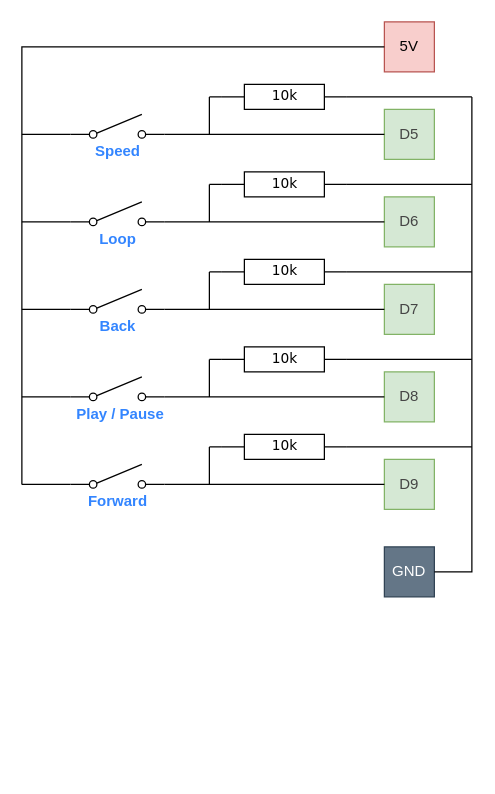
The draw.io diagram Schematic/schematic.drawio in andreasbrett/OVLP, before the edit. Source tidied: cells renumbered, new cells numbered last; positions are measured from the earlier drawing's top-left corner, leaving out a move shared by most shapes. Both pictures are drawn from the tidied source at 125%, with x=0, y=0 at pixel (21, 21).
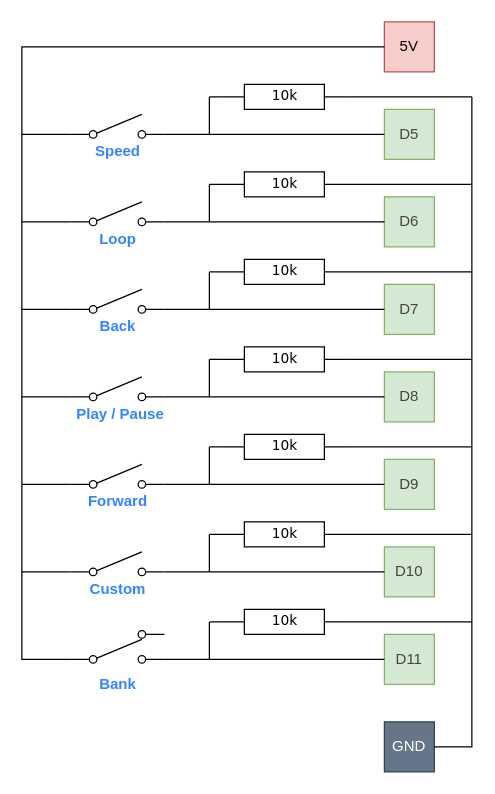
After the change.

Diff of the diagram source:
```diff
@@
     <mxCell id="10" value="GND" style="whiteSpace=wrap;html=1;fillColor=#647687;strokeColor=#314354;rounded=0;glass=0;shadow=0;comic=0;fontColor=#ffffff;" parent="1" vertex="1">
-      <mxGeometry x="290" y="420" width="40" height="40" as="geometry" />
+      <mxGeometry x="290" y="560" width="40" height="40" as="geometry" />
     </mxCell>
@@
     <mxCell id="56" style="endArrow=none;html=1;entryX=1;entryY=0.5;entryDx=0;entryDy=0;rounded=0;" parent="1" edge="1" target="10">
       <mxGeometry relative="1" as="geometry">
         <mxPoint x="360" y="340" as="sourcePoint" />
         <Array as="points">
           <mxPoint x="360" y="440" />
+          <mxPoint x="360" y="580" />
         </Array>
       </mxGeometry>
     </mxCell>
@@
+    <mxCell id="62" value="D10" style="whiteSpace=wrap;html=1;fillColor=#d5e8d4;strokeColor=#82b366;rounded=0;glass=0;shadow=0;comic=0;fontColor=#454545;" parent="1" vertex="1">
+      <mxGeometry x="290" y="420" width="40" height="40" as="geometry" />
+    </mxCell>
+    <mxCell id="63" value="D11" style="whiteSpace=wrap;html=1;fillColor=#d5e8d4;strokeColor=#82b366;rounded=0;glass=0;shadow=0;comic=0;fontColor=#454545;" parent="1" vertex="1">
+      <mxGeometry x="290" y="490" width="40" height="40" as="geometry" />
+    </mxCell>
+    <mxCell id="64" style="verticalLabelPosition=bottom;shadow=0;dashed=0;align=center;html=1;verticalAlign=top;shape=mxgraph.electrical.electro-mechanical.simple_switch;rounded=0;glass=0;comic=0;fontColor=#454545;" parent="1" vertex="1">
+      <mxGeometry x="39" y="424" width="75" height="19" as="geometry" />
+    </mxCell>
+    <mxCell id="65" value="Custom" style="text;html=1;strokeColor=none;fillColor=none;align=center;verticalAlign=middle;whiteSpace=wrap;rounded=0;shadow=0;glass=0;comic=0;fontColor=#3385FF;fontStyle=1;" parent="1" vertex="1">
+      <mxGeometry x="56.5" y="444" width="40" height="20" as="geometry" />
+    </mxCell>
+    <mxCell id="66" style="endArrow=none;html=1;fontSize=11;fontColor=#3385FF;entryX=0;entryY=0.5;entryDx=0;entryDy=0;entryPerimeter=0;" parent="1" edge="1">
+      <mxGeometry relative="1" as="geometry">
+        <mxPoint x="150" y="410" as="sourcePoint" />
+        <mxPoint x="160" y="410" as="targetPoint" />
+      </mxGeometry>
+    </mxCell>
+    <mxCell id="67" style="endArrow=none;html=1;fontSize=11;fontColor=#3385FF;entryX=0;entryY=0.5;entryDx=0;entryDy=0;exitX=1;exitY=0.84;exitDx=0;exitDy=0;exitPerimeter=0;" parent="1" edge="1" source="64">
+      <mxGeometry relative="1" as="geometry">
+        <mxPoint x="290" y="440" as="targetPoint" />
+      </mxGeometry>
+    </mxCell>
+    <mxCell id="68" style="endArrow=none;html=1;entryX=1;entryY=0.5;entryDx=0;entryDy=0;entryPerimeter=0;" parent="1" edge="1">
+      <mxGeometry relative="1" as="geometry">
+        <mxPoint x="360" y="410" as="sourcePoint" />
+        <mxPoint x="260" y="410" as="targetPoint" />
+      </mxGeometry>
+    </mxCell>
+    <mxCell id="69" style="verticalLabelPosition=bottom;shadow=0;dashed=0;align=center;fillColor=#ffffff;html=1;verticalAlign=top;strokeWidth=1;shape=mxgraph.electrical.resistors.resistor_1;rounded=1;comic=0;labelBackgroundColor=none;fontFamily=Verdana;fontSize=12;fontColor=#000000;rotation=0;" parent="1" vertex="1">
+      <mxGeometry x="160" y="400" width="100" height="20" as="geometry" />
+    </mxCell>
+    <mxCell id="70" value="10k" style="text;html=1;align=center;verticalAlign=top;spacingTop=-4;fontSize=11;fontFamily=Verdana;" parent="1" vertex="1">
+      <mxGeometry x="190" y="400" width="40" height="10" as="geometry" />
+    </mxCell>
+    <mxCell id="71" style="endArrow=none;html=1;" parent="1" edge="1">
+      <mxGeometry relative="1" as="geometry">
+        <mxPoint x="150" y="440" as="sourcePoint" />
+        <mxPoint x="150" y="410" as="targetPoint" />
+      </mxGeometry>
+    </mxCell>
+    <mxCell id="72" style="endArrow=none;html=1;exitX=0;exitY=0.84;exitDx=0;exitDy=0;exitPerimeter=0;rounded=0;" parent="1" edge="1" source="64">
+      <mxGeometry relative="1" as="geometry">
+        <mxPoint y="370" as="targetPoint" />
+        <Array as="points">
+          <mxPoint y="440" />
+        </Array>
+      </mxGeometry>
+    </mxCell>
+    <mxCell id="73" style="verticalLabelPosition=bottom;shadow=0;dashed=0;align=center;html=1;verticalAlign=top;shape=mxgraph.electrical.electro-mechanical.2-way_switch;" parent="1" vertex="1">
+      <mxGeometry x="39" y="487" width="75" height="26" as="geometry" />
+    </mxCell>
+    <mxCell id="74" style="endArrow=none;html=1;exitX=1;exitY=0.885;exitDx=0;exitDy=0;exitPerimeter=0;entryX=0;entryY=0.5;entryDx=0;entryDy=0;" parent="1" edge="1" source="73" target="63">
+      <mxGeometry relative="1" as="geometry" />
+    </mxCell>
+    <mxCell id="75" style="endArrow=none;html=1;exitX=0;exitY=0.885;exitDx=0;exitDy=0;exitPerimeter=0;rounded=0;" parent="1" edge="1" source="73">
+      <mxGeometry relative="1" as="geometry">
+        <mxPoint y="440" as="targetPoint" />
+        <Array as="points">
+          <mxPoint y="510" />
+        </Array>
+      </mxGeometry>
+    </mxCell>
+    <mxCell id="76" value="Bank" style="text;html=1;strokeColor=none;fillColor=none;align=center;verticalAlign=middle;whiteSpace=wrap;rounded=0;shadow=0;glass=0;comic=0;fontColor=#3385FF;fontStyle=1;" parent="1" vertex="1">
+      <mxGeometry x="56.5" y="520" width="40" height="20" as="geometry" />
+    </mxCell>
+    <mxCell id="77" style="endArrow=none;html=1;fontSize=11;fontColor=#3385FF;entryX=0;entryY=0.5;entryDx=0;entryDy=0;entryPerimeter=0;" parent="1" edge="1">
+      <mxGeometry relative="1" as="geometry">
+        <mxPoint x="150" y="480" as="sourcePoint" />
+        <mxPoint x="160" y="480" as="targetPoint" />
+      </mxGeometry>
+    </mxCell>
+    <mxCell id="78" style="endArrow=none;html=1;entryX=1;entryY=0.5;entryDx=0;entryDy=0;entryPerimeter=0;" parent="1" edge="1">
+      <mxGeometry relative="1" as="geometry">
+        <mxPoint x="360" y="480" as="sourcePoint" />
+        <mxPoint x="260" y="480" as="targetPoint" />
+      </mxGeometry>
+    </mxCell>
+    <mxCell id="79" style="verticalLabelPosition=bottom;shadow=0;dashed=0;align=center;fillColor=#ffffff;html=1;verticalAlign=top;strokeWidth=1;shape=mxgraph.electrical.resistors.resistor_1;rounded=1;comic=0;labelBackgroundColor=none;fontFamily=Verdana;fontSize=12;fontColor=#000000;rotation=0;" parent="1" vertex="1">
+      <mxGeometry x="160" y="470" width="100" height="20" as="geometry" />
+    </mxCell>
+    <mxCell id="80" value="10k" style="text;html=1;align=center;verticalAlign=top;spacingTop=-4;fontSize=11;fontFamily=Verdana;" parent="1" vertex="1">
+      <mxGeometry x="190" y="470" width="40" height="10" as="geometry" />
+    </mxCell>
+    <mxCell id="81" style="endArrow=none;html=1;" parent="1" edge="1">
+      <mxGeometry relative="1" as="geometry">
+        <mxPoint x="150" y="510" as="sourcePoint" />
+        <mxPoint x="150" y="480" as="targetPoint" />
+      </mxGeometry>
+    </mxCell>
```
